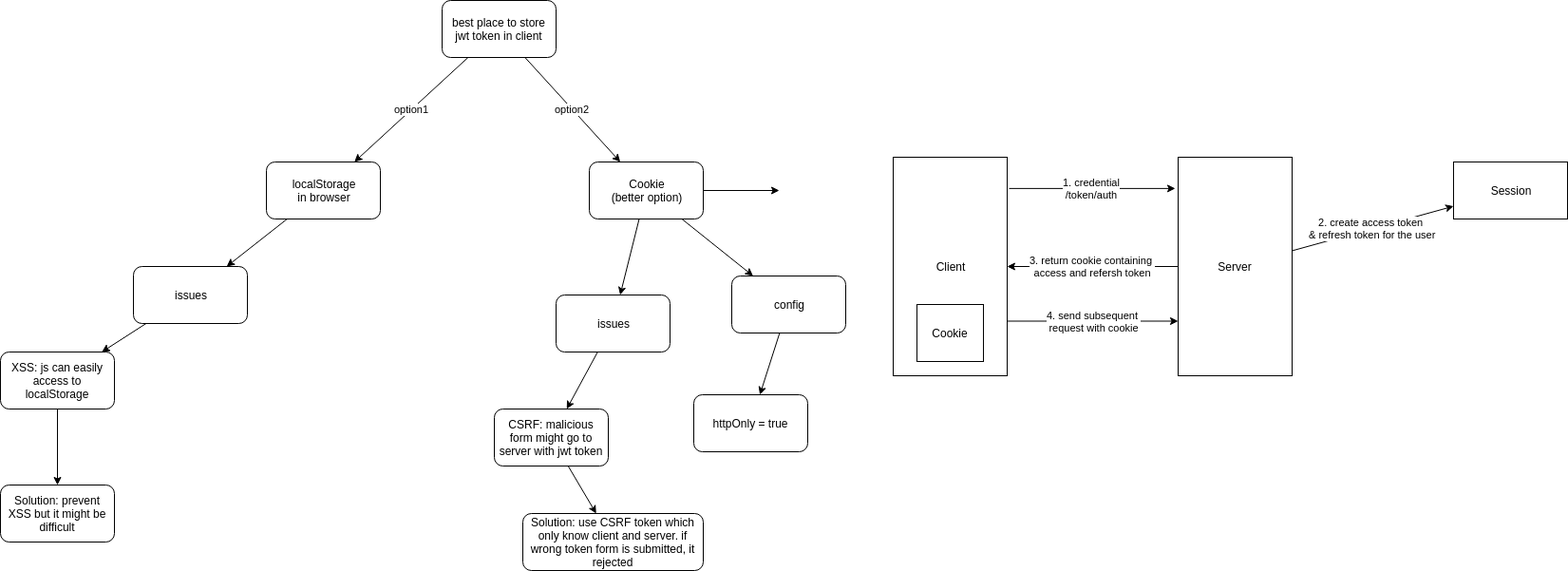
This is jwt_storage_location.PNG from stsiwo/security_concept, a draw.io export, as it was before one commit. Source tidied: cells renumbered, new cells last; positions are measured from the earlier drawing's top-left corner, leaving out a move shared by most shapes.
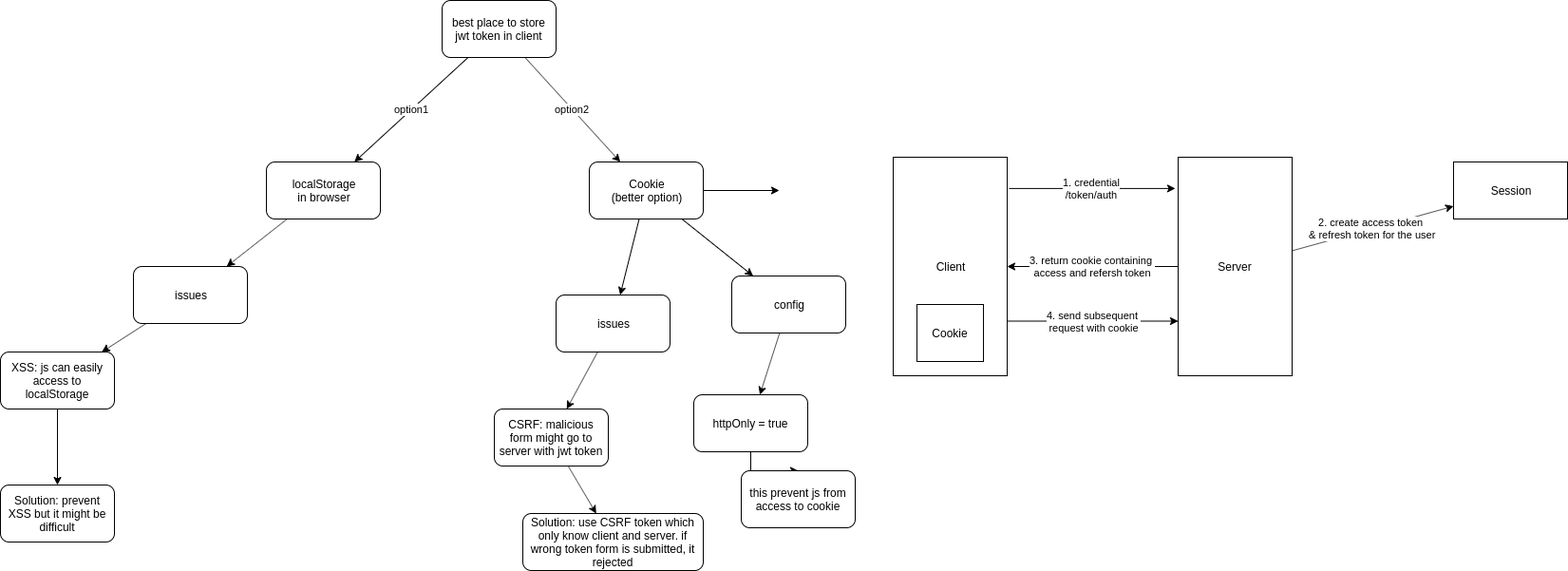
The same diagram one commit later.

The edit, as a diff of the source:
```diff
@@ -52,9 +52,15 @@
     <mxCell id="17" value="config" style="rounded=1;whiteSpace=wrap;html=1;" parent="1" vertex="1">
       <mxGeometry x="770" y="290" width="120" height="60" as="geometry" />
     </mxCell>
+    <mxCell id="32" style="edgeStyle=orthogonalEdgeStyle;rounded=0;jettySize=auto;html=1;" parent="1" edge="1" source="18" target="33">
+      <mxGeometry relative="1" as="geometry" />
+    </mxCell>
     <mxCell id="18" value="httpOnly = true" style="rounded=1;whiteSpace=wrap;html=1;" parent="1" vertex="1">
       <mxGeometry x="730" y="415" width="120" height="60" as="geometry" />
     </mxCell>
+    <mxCell id="33" value="this prevent js from access to cookie" style="rounded=1;whiteSpace=wrap;html=1;" parent="1" vertex="1">
+      <mxGeometry x="780" y="495" width="120" height="60" as="geometry" />
+    </mxCell>
     <mxCell id="19" style="edgeStyle=none;rounded=0;jettySize=auto;html=1;" parent="1" edge="1" source="20" target="22">
       <mxGeometry relative="1" as="geometry" />
     </mxCell>
```
